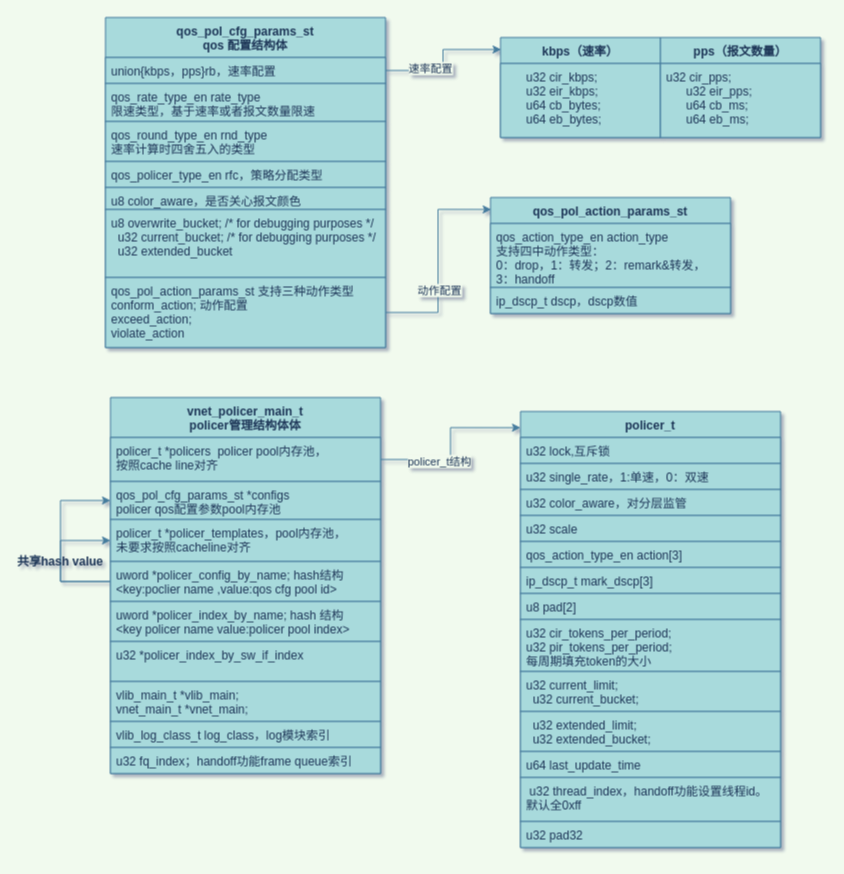
The draw.io diagram new_map/vpp policer.drawio in jin13417/dpdk-vpp-learning, before the edit. Source tidied: cells renumbered, new cells numbered last; positions are measured from the earlier drawing's top-left corner, leaving out a move shared by most shapes. Both pictures are drawn from the tidied source at 100%, with x=0, y=0 at pixel (20, 17).
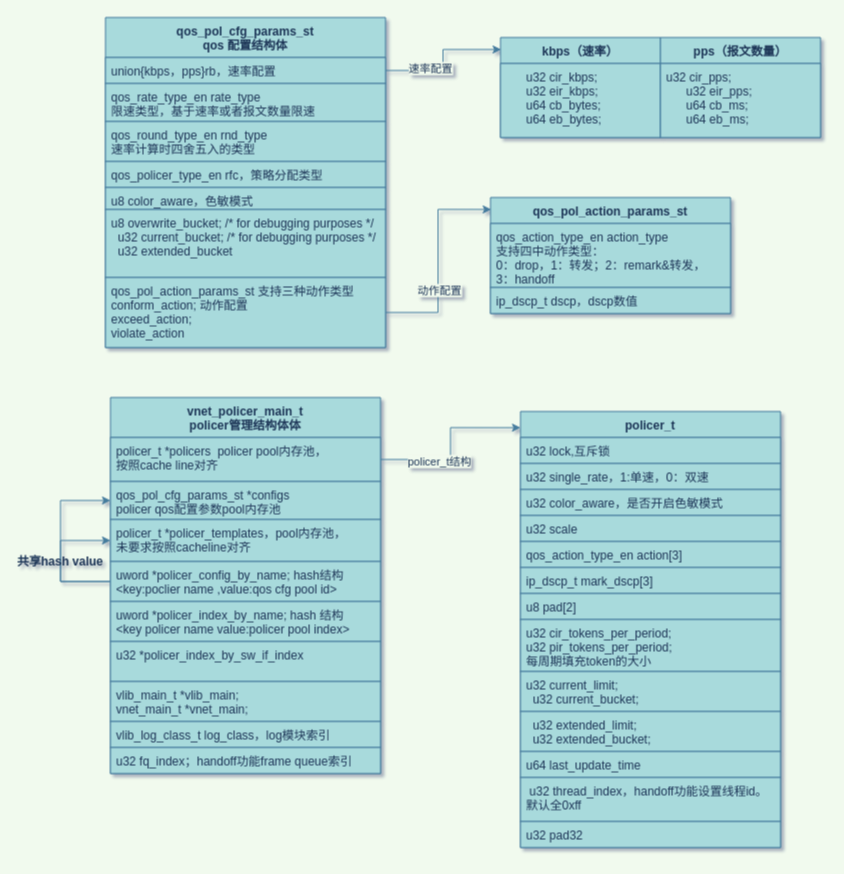
The same diagram, later.

The change refers to these unchanged cells:
```xml
<mxCell id="14" value="policer_t" style="swimlane;fontStyle=1;align=center;verticalAlign=top;horizontal=1;startSize=26;strokeColor=#457B9D;fillColor=#A8DADC;fontColor=#1D3557;" parent="1" vertex="1">
  <mxGeometry x="500" y="394" width="260" height="436" as="geometry" />
</mxCell>
<mxCell id="28" value="qos_pol_cfg_params_st&#10;qos 配置结构体" style="swimlane;fontStyle=1;align=center;verticalAlign=top;horizontal=1;startSize=40;strokeColor=#457B9D;fillColor=#A8DADC;fontColor=#1D3557;" parent="1" vertex="1">
  <mxGeometry x="85" width="280" height="330" as="geometry" />
</mxCell>
```

Change to the diagram source:
```diff
@@
-    <mxCell id="17" value="u32 color_aware，对分层监管" style="text;fillColor=#A8DADC;align=left;verticalAlign=top;spacingLeft=4;spacingRight=4;overflow=hidden;strokeColor=#457B9D;fontColor=#1D3557;" parent="14" vertex="1">
+    <mxCell id="17" value="u32 color_aware，是否开启色敏模式" style="text;fillColor=#A8DADC;align=left;verticalAlign=top;spacingLeft=4;spacingRight=4;overflow=hidden;strokeColor=#457B9D;fontColor=#1D3557;" parent="14" vertex="1">
       <mxGeometry y="78" width="260" height="26" as="geometry" />
     </mxCell>
@@
-    <mxCell id="33" value="u8 color_aware，是否关心报文颜色" style="text;fillColor=#A8DADC;align=left;verticalAlign=top;spacingLeft=4;spacingRight=4;overflow=hidden;strokeColor=#457B9D;fontColor=#1D3557;" parent="28" vertex="1">
+    <mxCell id="33" value="u8 color_aware，色敏模式" style="text;fillColor=#A8DADC;align=left;verticalAlign=top;spacingLeft=4;spacingRight=4;overflow=hidden;strokeColor=#457B9D;fontColor=#1D3557;" parent="28" vertex="1">
       <mxGeometry y="170" width="280" height="22" as="geometry" />
     </mxCell>
```
